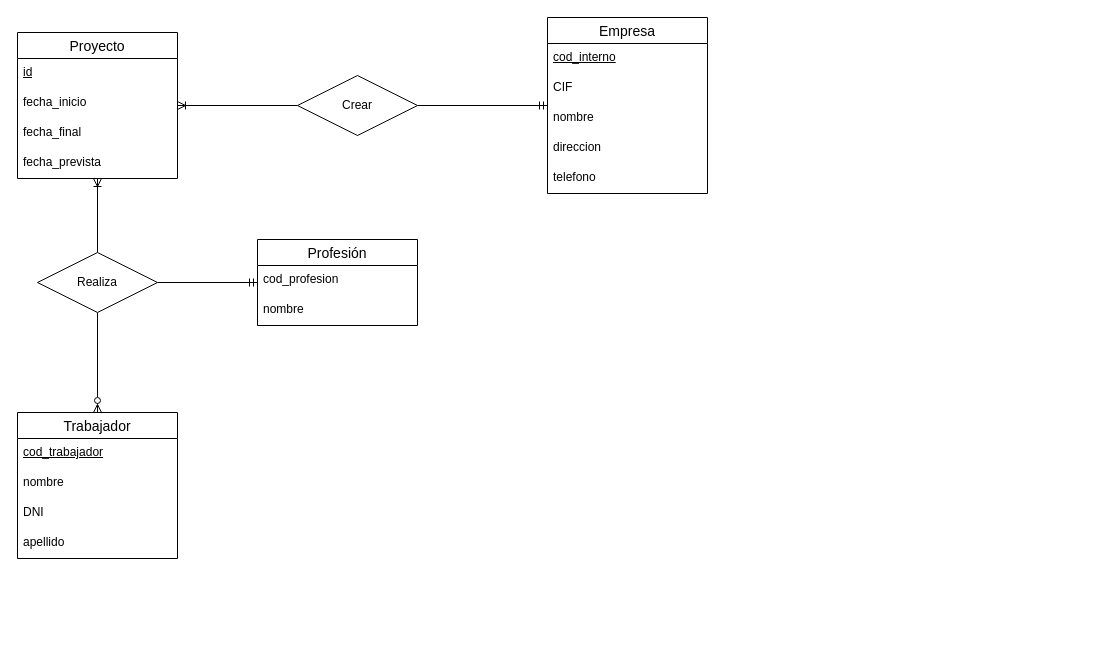
The draw.io diagram TA12Ej12.drawio in AlejandroCara/acr-tsys-modeloER-drawio-1110, before the edit. Source tidied: cells renumbered, new cells numbered last; positions are measured from the earlier drawing's top-left corner, leaving out a move shared by most shapes. Both pictures are drawn from the tidied source at 100%, with x=0, y=0 at pixel (17, 17).
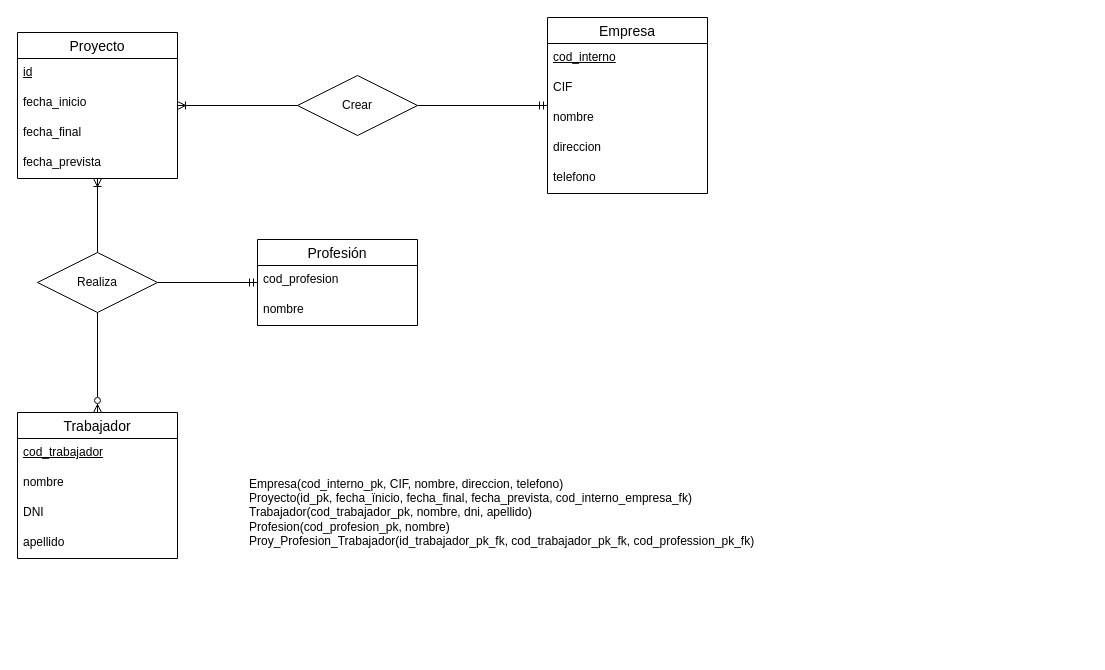
The same diagram, later.

The edit, as a diff of the source:
```diff
@@
+    <mxCell id="28" value="Empresa(cod_interno_pk, CIF, nombre, direccion, telefono)&lt;br&gt;Proyecto(id_pk, fecha_ïnicio, fecha_final, fecha_prevista, cod_interno_empresa_fk)&lt;br&gt;Trabajador(cod_trabajador_pk, nombre, dni, apellido)&lt;br&gt;Profesion(cod_profesion_pk, nombre)&lt;br&gt;Proy_Profesion_Trabajador(id_trabajador_pk_fk, cod_trabajador_pk_fk, cod_profession_pk_fk)" style="text;html=1;strokeColor=none;fillColor=none;align=left;verticalAlign=middle;whiteSpace=wrap;rounded=0;" parent="1" vertex="1">
+      <mxGeometry x="230" y="355" width="840" height="280" as="geometry" />
+    </mxCell>
```
